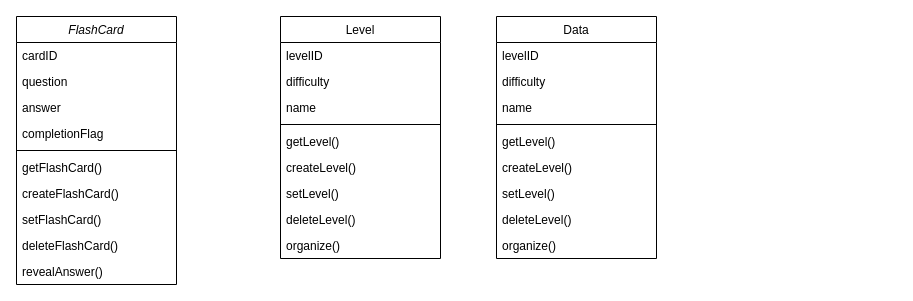
The draw.io diagram FlashCards.drawio in wasimic311/uml, before the edit. Source tidied: cells renumbered, new cells numbered last; positions are measured from the earlier drawing's top-left corner, leaving out a move shared by most shapes. Both pictures are drawn from the tidied source at 100%, with x=0, y=0 at pixel (16, 16).
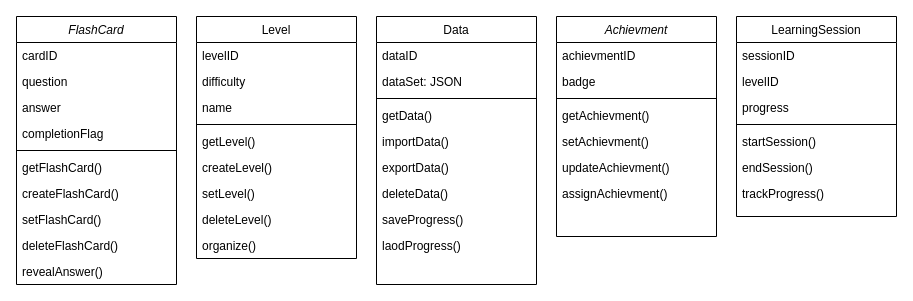
After the change.

The edit, as a diff of the source:
```diff
@@
     <mxCell id="13" value="Level" style="swimlane;fontStyle=0;align=center;verticalAlign=top;horizontal=1;startSize=26;rounded=0;shadow=0;strokeWidth=1;" parent="1" vertex="1">
-      <mxGeometry x="264" width="160" height="242" as="geometry" />
+      <mxGeometry x="180" width="160" height="242" as="geometry" />
     </mxCell>
@@
     <mxCell id="23" value="Data" style="swimlane;fontStyle=0;align=center;verticalAlign=top;horizontal=1;startSize=26;rounded=0;shadow=0;strokeWidth=1;" parent="1" vertex="1">
-      <mxGeometry x="480" width="160" height="242" as="geometry" />
+      <mxGeometry x="360" width="160" height="268" as="geometry" />
     </mxCell>
-    <mxCell id="24" value="levelID" style="text;align=left;verticalAlign=top;spacingLeft=4;spacingRight=4;overflow=hidden;" parent="23" vertex="1">
+    <mxCell id="24" value="dataID" style="text;align=left;verticalAlign=top;spacingLeft=4;spacingRight=4;overflow=hidden;" parent="23" vertex="1">
       <mxGeometry y="26" width="160" height="26" as="geometry" />
     </mxCell>
-    <mxCell id="25" value="difficulty" style="text;align=left;verticalAlign=top;spacingLeft=4;spacingRight=4;overflow=hidden;rounded=0;shadow=0;html=0;" parent="23" vertex="1">
+    <mxCell id="25" value="dataSet: JSON" style="text;align=left;verticalAlign=top;spacingLeft=4;spacingRight=4;overflow=hidden;rounded=0;shadow=0;html=0;" parent="23" vertex="1">
       <mxGeometry y="52" width="160" height="26" as="geometry" />
     </mxCell>
-    <mxCell id="26" value="name" style="text;align=left;verticalAlign=top;spacingLeft=4;spacingRight=4;overflow=hidden;rounded=0;shadow=0;html=0;" parent="23" vertex="1">
-      <mxGeometry y="78" width="160" height="26" as="geometry" />
-    </mxCell>
     <mxCell id="27" style="line;html=1;strokeWidth=1;align=left;verticalAlign=middle;spacingTop=-1;spacingLeft=3;spacingRight=3;labelPosition=right;" parent="23" vertex="1">
-      <mxGeometry y="104" width="160" height="8" as="geometry" />
+      <mxGeometry y="78" width="160" height="8" as="geometry" />
     </mxCell>
-    <mxCell id="28" value="getLevel()" style="text;align=left;verticalAlign=top;spacingLeft=4;spacingRight=4;overflow=hidden;" parent="23" vertex="1">
-      <mxGeometry y="112" width="160" height="26" as="geometry" />
+    <mxCell id="28" value="getData()" style="text;align=left;verticalAlign=top;spacingLeft=4;spacingRight=4;overflow=hidden;" parent="23" vertex="1">
+      <mxGeometry y="86" width="160" height="26" as="geometry" />
     </mxCell>
-    <mxCell id="29" value="createLevel()" style="text;align=left;verticalAlign=top;spacingLeft=4;spacingRight=4;overflow=hidden;" parent="23" vertex="1">
-      <mxGeometry y="138" width="160" height="26" as="geometry" />
+    <mxCell id="29" value="importData()" style="text;align=left;verticalAlign=top;spacingLeft=4;spacingRight=4;overflow=hidden;" parent="23" vertex="1">
+      <mxGeometry y="112" width="160" height="26" as="geometry" />
     </mxCell>
-    <mxCell id="30" value="setLevel()" style="text;align=left;verticalAlign=top;spacingLeft=4;spacingRight=4;overflow=hidden;" parent="23" vertex="1">
-      <mxGeometry y="164" width="160" height="26" as="geometry" />
+    <mxCell id="30" value="exportData()" style="text;align=left;verticalAlign=top;spacingLeft=4;spacingRight=4;overflow=hidden;" parent="23" vertex="1">
+      <mxGeometry y="138" width="160" height="26" as="geometry" />
     </mxCell>
-    <mxCell id="31" value="deleteLevel()" style="text;align=left;verticalAlign=top;spacingLeft=4;spacingRight=4;overflow=hidden;" parent="23" vertex="1">
-      <mxGeometry y="190" width="160" height="26" as="geometry" />
+    <mxCell id="31" value="deleteData()" style="text;align=left;verticalAlign=top;spacingLeft=4;spacingRight=4;overflow=hidden;" parent="23" vertex="1">
+      <mxGeometry y="164" width="160" height="26" as="geometry" />
     </mxCell>
+    <mxCell id="33" value="saveProgress()" style="text;align=left;verticalAlign=top;spacingLeft=4;spacingRight=4;overflow=hidden;" parent="23" vertex="1">
+      <mxGeometry y="190" width="160" height="26" as="geometry" />
+    </mxCell>
-    <mxCell id="32" value="organize()" style="text;align=left;verticalAlign=top;spacingLeft=4;spacingRight=4;overflow=hidden;" parent="23" vertex="1">
+    <mxCell id="32" value="laodProgress()" style="text;align=left;verticalAlign=top;spacingLeft=4;spacingRight=4;overflow=hidden;" parent="23" vertex="1">
       <mxGeometry y="216" width="160" height="26" as="geometry" />
     </mxCell>
+    <mxCell id="34" value="Achievment" style="swimlane;fontStyle=2;align=center;verticalAlign=top;horizontal=1;startSize=26;rounded=0;shadow=0;strokeWidth=1;" parent="1" vertex="1">
+      <mxGeometry x="540" width="160" height="220" as="geometry" />
+    </mxCell>
+    <mxCell id="35" value="achievmentID" style="text;align=left;verticalAlign=top;spacingLeft=4;spacingRight=4;overflow=hidden;" parent="34" vertex="1">
+      <mxGeometry y="26" width="160" height="26" as="geometry" />
+    </mxCell>
+    <mxCell id="36" value="badge" style="text;align=left;verticalAlign=top;spacingLeft=4;spacingRight=4;overflow=hidden;rounded=0;shadow=0;html=0;" parent="34" vertex="1">
+      <mxGeometry y="52" width="160" height="26" as="geometry" />
+    </mxCell>
+    <mxCell id="37" style="line;html=1;strokeWidth=1;align=left;verticalAlign=middle;spacingTop=-1;spacingLeft=3;spacingRight=3;labelPosition=right;" parent="34" vertex="1">
+      <mxGeometry y="78" width="160" height="8" as="geometry" />
+    </mxCell>
+    <mxCell id="38" value="getAchievment()" style="text;align=left;verticalAlign=top;spacingLeft=4;spacingRight=4;overflow=hidden;" parent="34" vertex="1">
+      <mxGeometry y="86" width="160" height="26" as="geometry" />
+    </mxCell>
+    <mxCell id="39" value="setAchievment()" style="text;align=left;verticalAlign=top;spacingLeft=4;spacingRight=4;overflow=hidden;" parent="34" vertex="1">
+      <mxGeometry y="112" width="160" height="26" as="geometry" />
+    </mxCell>
+    <mxCell id="40" value="updateAchievment()" style="text;align=left;verticalAlign=top;spacingLeft=4;spacingRight=4;overflow=hidden;" parent="34" vertex="1">
+      <mxGeometry y="138" width="160" height="26" as="geometry" />
+    </mxCell>
+    <mxCell id="41" value="assignAchievment()" style="text;align=left;verticalAlign=top;spacingLeft=4;spacingRight=4;overflow=hidden;" parent="34" vertex="1">
+      <mxGeometry y="164" width="160" height="26" as="geometry" />
+    </mxCell>
+    <mxCell id="42" value="LearningSession" style="swimlane;fontStyle=0;align=center;verticalAlign=top;horizontal=1;startSize=26;rounded=0;shadow=0;strokeWidth=1;" parent="1" vertex="1">
+      <mxGeometry x="720" width="160" height="200" as="geometry" />
+    </mxCell>
+    <mxCell id="43" value="sessionID" style="text;align=left;verticalAlign=top;spacingLeft=4;spacingRight=4;overflow=hidden;" parent="42" vertex="1">
+      <mxGeometry y="26" width="160" height="26" as="geometry" />
+    </mxCell>
+    <mxCell id="44" value="levelID" style="text;align=left;verticalAlign=top;spacingLeft=4;spacingRight=4;overflow=hidden;rounded=0;shadow=0;html=0;" parent="42" vertex="1">
+      <mxGeometry y="52" width="160" height="26" as="geometry" />
+    </mxCell>
+    <mxCell id="45" value="progress" style="text;align=left;verticalAlign=top;spacingLeft=4;spacingRight=4;overflow=hidden;rounded=0;shadow=0;html=0;" parent="42" vertex="1">
+      <mxGeometry y="78" width="160" height="26" as="geometry" />
+    </mxCell>
+    <mxCell id="46" style="line;html=1;strokeWidth=1;align=left;verticalAlign=middle;spacingTop=-1;spacingLeft=3;spacingRight=3;labelPosition=right;" parent="42" vertex="1">
+      <mxGeometry y="104" width="160" height="8" as="geometry" />
+    </mxCell>
+    <mxCell id="47" value="startSession()" style="text;align=left;verticalAlign=top;spacingLeft=4;spacingRight=4;overflow=hidden;" parent="42" vertex="1">
+      <mxGeometry y="112" width="160" height="26" as="geometry" />
+    </mxCell>
+    <mxCell id="48" value="endSession()" style="text;align=left;verticalAlign=top;spacingLeft=4;spacingRight=4;overflow=hidden;" parent="42" vertex="1">
+      <mxGeometry y="138" width="160" height="26" as="geometry" />
+    </mxCell>
+    <mxCell id="49" value="trackProgress()" style="text;align=left;verticalAlign=top;spacingLeft=4;spacingRight=4;overflow=hidden;" parent="42" vertex="1">
+      <mxGeometry y="164" width="160" height="26" as="geometry" />
+    </mxCell>
```
